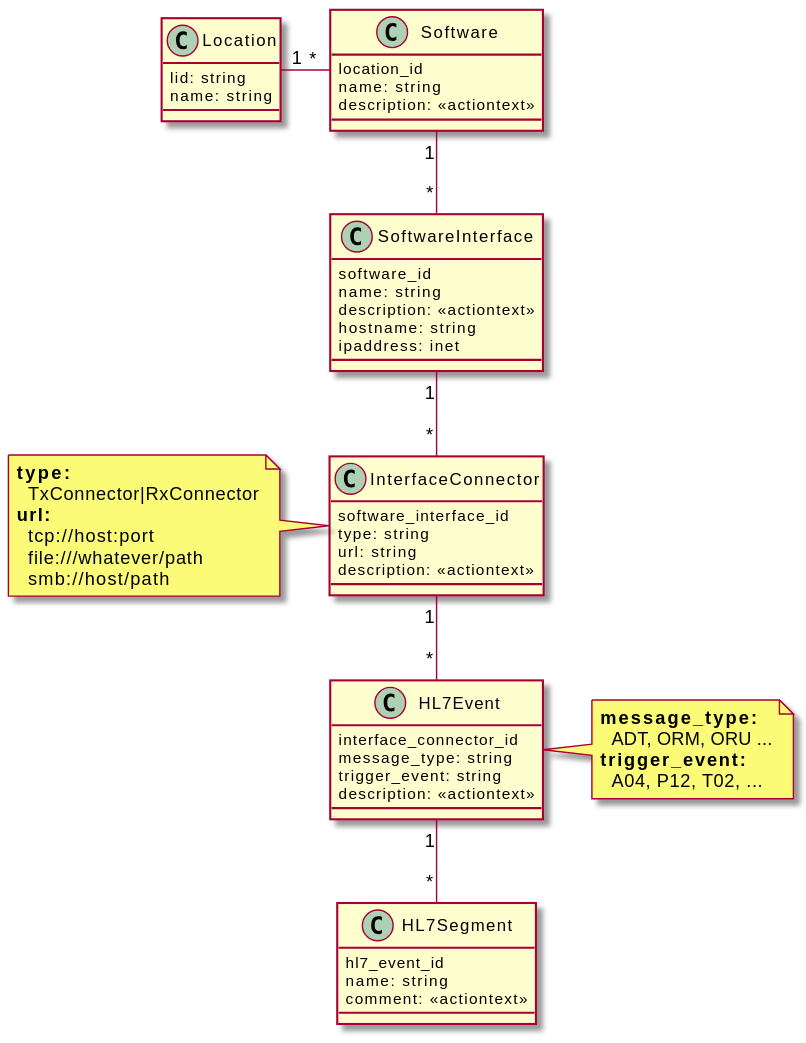
This is public/docs/dev-notes/_images/software-interfaces.svg from swobspace/mirco, a PlantUML export, as it was before one commit.
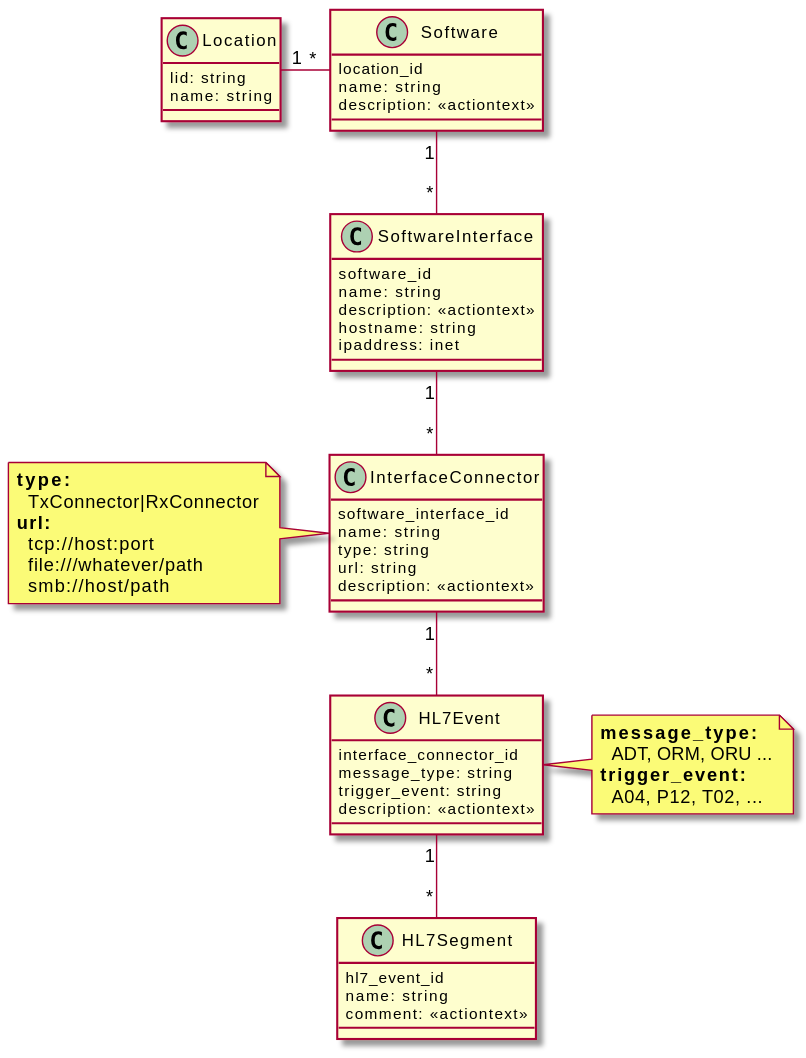
The same diagram one commit later.

The edit, as a diff of the source:
```diff
@@ -26,6 +26,7 @@
 
 class InterfaceConnector {
   software_interface_id
+  name: string
   type: string
   url: string
   description: <<actiontext>>
```
